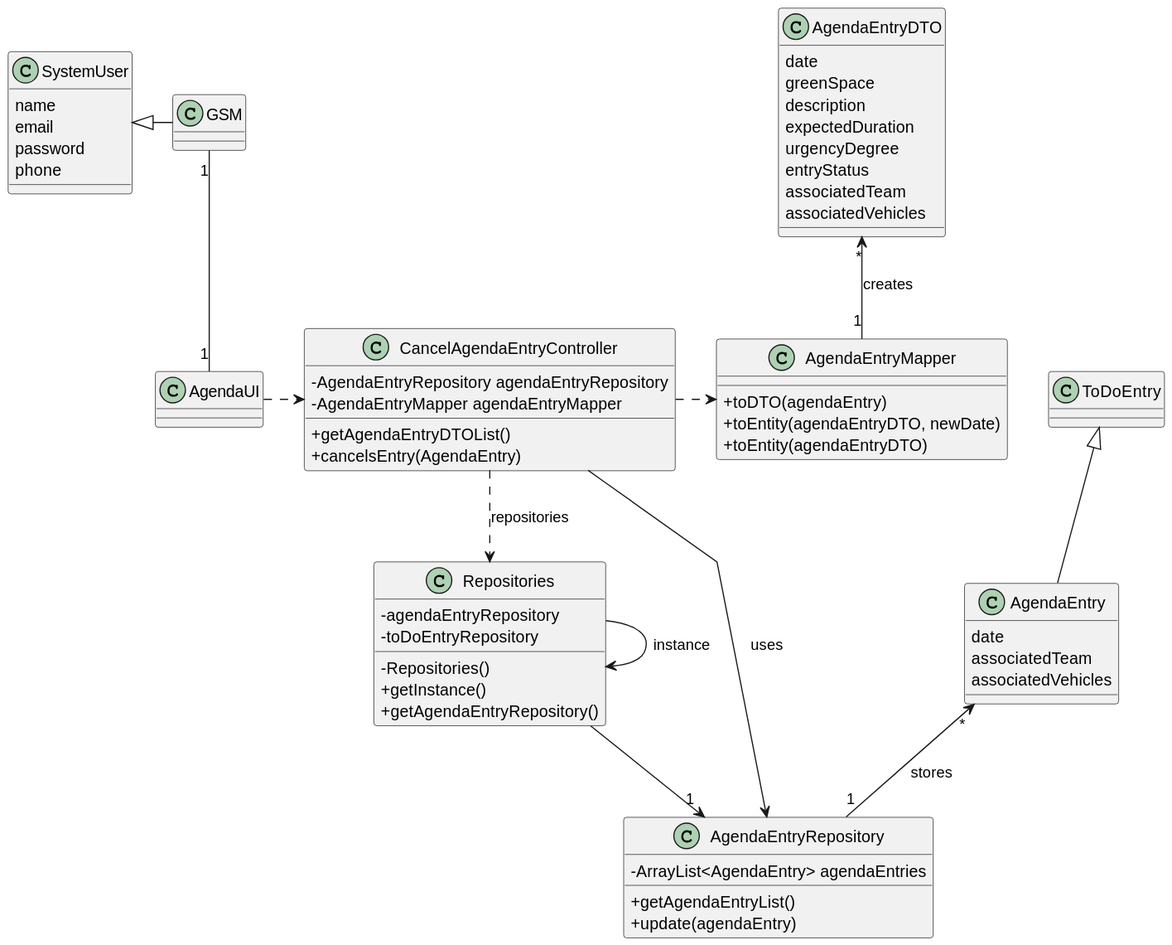
The PlantUML diagram docs/sprintC/us025/03.design/svg/us025-class-diagram.svg in Departamento-de-Engenharia-Informatica/lei-24-s2-1do-g164, before a commit.
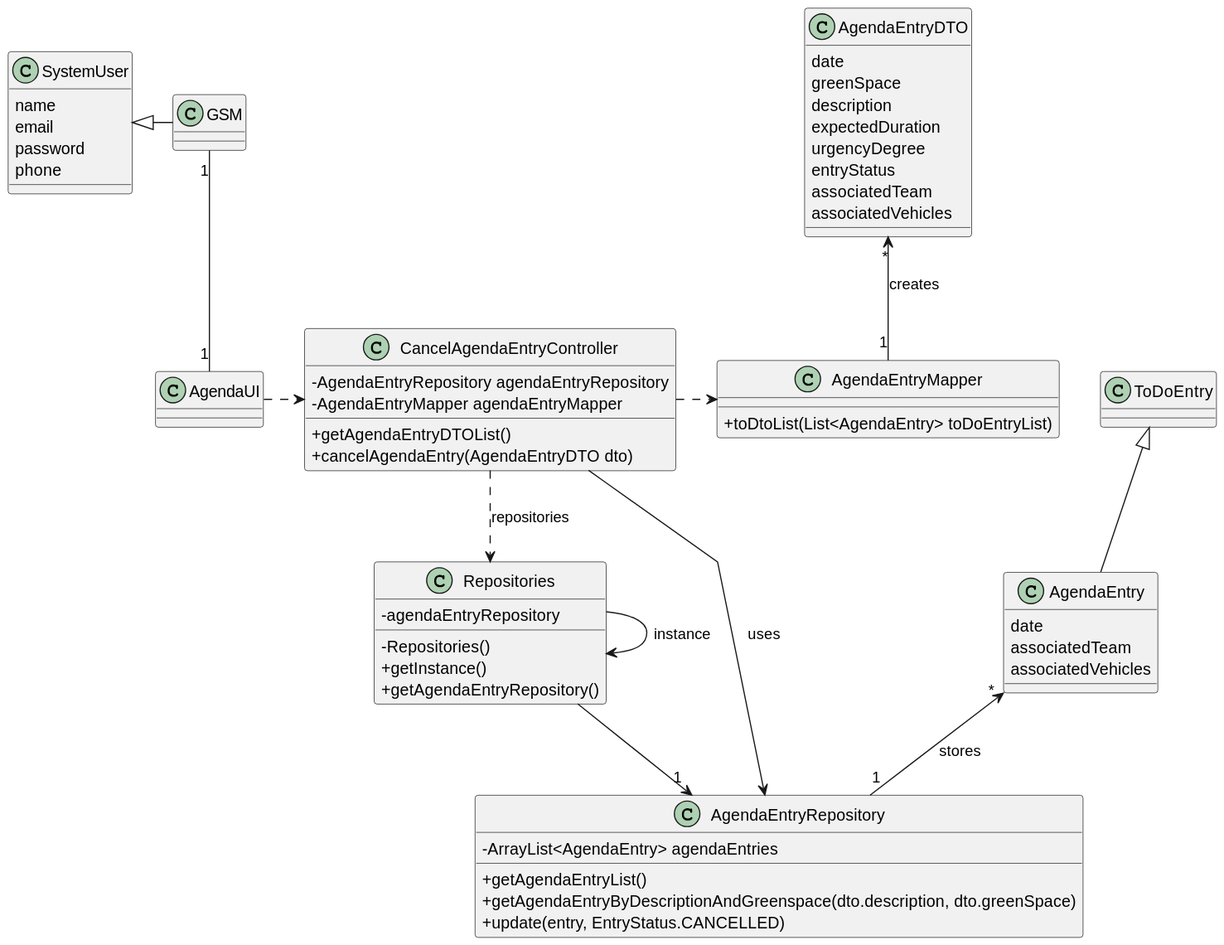
After the commit.

Commit message:
us23(docs): sd and class diagram final corrections

Diff of the diagram source:
```diff
@@ -34,13 +34,14 @@
 
 class AgendaEntryRepository {
     - ArrayList<AgendaEntry> agendaEntries
+
     + getAgendaEntryList()
-    + update(agendaEntry)
+    +getAgendaEntryByDescriptionAndGreenspace(dto.description, dto.greenSpace)
+    +update(entry, EntryStatus.CANCELLED)
 }
 
 class Repositories {
     - agendaEntryRepository
-    - toDoEntryRepository
 
     - Repositories()
     + getInstance()
@@ -49,9 +50,8 @@
 }
 
 class AgendaEntryMapper {
-    + toDTO(agendaEntry)
-    + toEntity(agendaEntryDTO, newDate)
-    + toEntity(agendaEntryDTO)
+    + toDtoList(List<AgendaEntry> toDoEntryList)
+
 }
 
 
@@ -60,7 +60,7 @@
     - AgendaEntryMapper agendaEntryMapper
 
     + getAgendaEntryDTOList()
-    +cancelsEntry(AgendaEntry)
+    +cancelAgendaEntry(AgendaEntryDTO dto)
 }
 
 class AgendaUI {
```
